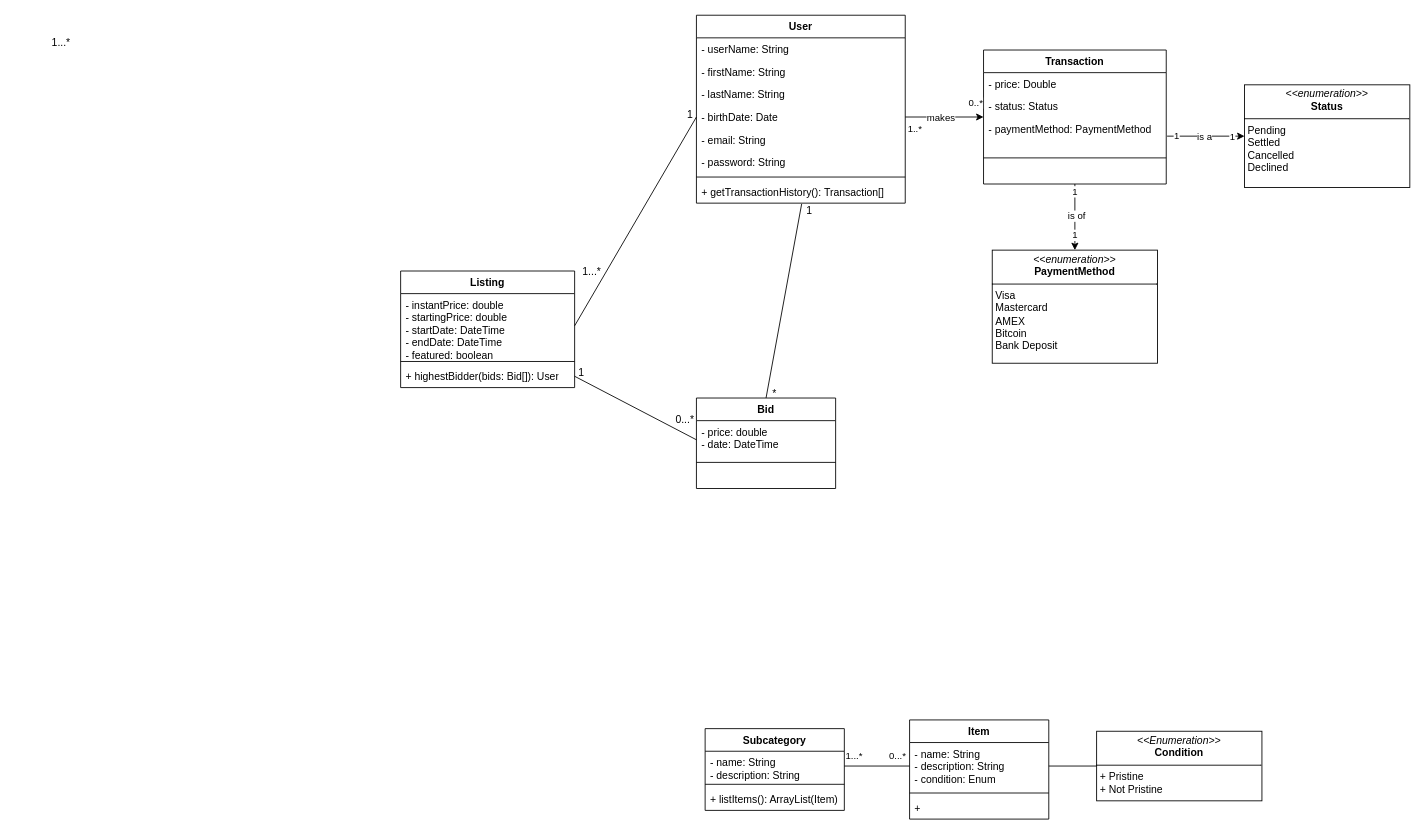
This is page "Page-1" (1 of 2) of Workshop4.drawio from antonykimuom/SWEN30006-2025-SM1-workshop1-tuew05-14-00-team-12, a draw.io file, before an edit. Source tidied: cells renumbered, new cells numbered last; positions are measured from the earlier drawing's top-left corner, leaving out a move shared by most shapes. Both pictures are drawn from the tidied source at 87%, with x=0, y=0 at pixel (35, 15).
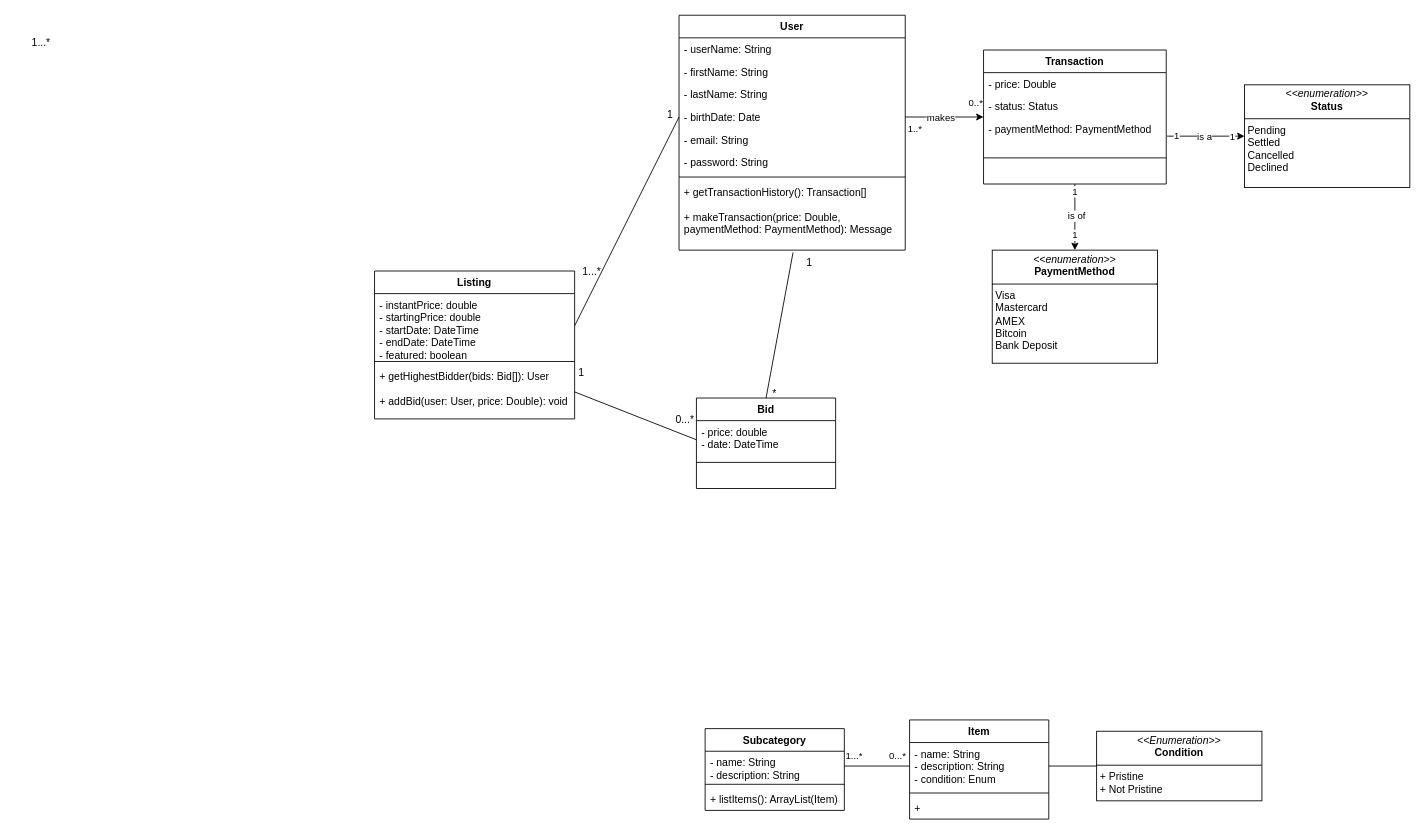
The same diagram, later.

What changed in the source:
```diff
@@
     <mxCell id="2" value="User" style="swimlane;fontStyle=1;align=center;verticalAlign=top;horizontal=1;startSize=26;whiteSpace=wrap;html=1;" parent="1" vertex="1">
-      <mxGeometry x="760" width="240" height="216" as="geometry" />
+      <mxGeometry x="740" width="260" height="270" as="geometry" />
     </mxCell>
     <mxCell id="3" value="- userName: String&lt;span style=&quot;background-color: transparent; color: light-dark(rgb(0, 0, 0), rgb(255, 255, 255));&quot;&gt;&amp;nbsp;&lt;/span&gt;" style="text;strokeColor=none;fillColor=none;align=left;verticalAlign=top;spacingLeft=4;spacingRight=4;overflow=hidden;whiteSpace=wrap;html=1;" parent="2" vertex="1">
-      <mxGeometry y="26" width="240" height="26" as="geometry" />
+      <mxGeometry y="26" width="260" height="26" as="geometry" />
     </mxCell>
     <mxCell id="4" value="- firstName: String" style="text;strokeColor=none;fillColor=none;align=left;verticalAlign=top;spacingLeft=4;spacingRight=4;overflow=hidden;whiteSpace=wrap;html=1;" parent="2" vertex="1">
-      <mxGeometry y="52" width="240" height="26" as="geometry" />
+      <mxGeometry y="52" width="260" height="26" as="geometry" />
     </mxCell>
     <mxCell id="5" value="- lastName: String" style="text;strokeColor=none;fillColor=none;align=left;verticalAlign=top;spacingLeft=4;spacingRight=4;overflow=hidden;whiteSpace=wrap;html=1;" parent="2" vertex="1">
-      <mxGeometry y="78" width="240" height="26" as="geometry" />
+      <mxGeometry y="78" width="260" height="26" as="geometry" />
     </mxCell>
     <mxCell id="6" value="- birthDate: Date" style="text;strokeColor=none;fillColor=none;align=left;verticalAlign=top;spacingLeft=4;spacingRight=4;overflow=hidden;points=[[0,0.5],[1,0.5]];portConstraint=eastwest;whiteSpace=wrap;html=1;" parent="2" vertex="1">
-      <mxGeometry y="104" width="240" height="26" as="geometry" />
+      <mxGeometry y="104" width="260" height="26" as="geometry" />
     </mxCell>
     <mxCell id="7" value="- email: String" style="text;strokeColor=none;fillColor=none;align=left;verticalAlign=top;spacingLeft=4;spacingRight=4;overflow=hidden;whiteSpace=wrap;html=1;" parent="2" vertex="1">
-      <mxGeometry y="130" width="240" height="26" as="geometry" />
+      <mxGeometry y="130" width="260" height="26" as="geometry" />
     </mxCell>
     <mxCell id="8" value="- password: String" style="text;strokeColor=none;fillColor=none;align=left;verticalAlign=top;spacingLeft=4;spacingRight=4;overflow=hidden;whiteSpace=wrap;html=1;" parent="2" vertex="1">
-      <mxGeometry y="156" width="240" height="26" as="geometry" />
+      <mxGeometry y="156" width="260" height="26" as="geometry" />
     </mxCell>
     <mxCell id="9" style="line;strokeWidth=1;fillColor=none;align=left;verticalAlign=middle;spacingTop=-1;spacingLeft=3;spacingRight=3;labelPosition=right;strokeColor=inherit;" parent="2" vertex="1">
-      <mxGeometry y="182" width="240" height="8" as="geometry" />
+      <mxGeometry y="182" width="260" height="8" as="geometry" />
     </mxCell>
-    <mxCell id="10" value="+ getTransactionHistory(): Transaction[]" style="text;strokeColor=none;fillColor=none;align=left;verticalAlign=top;spacingLeft=4;spacingRight=4;overflow=hidden;points=[[0,0.5],[1,0.5]];portConstraint=eastwest;whiteSpace=wrap;html=1;" parent="2" vertex="1">
-      <mxGeometry y="190" width="240" height="26" as="geometry" />
+    <mxCell id="10" value="+ getTransactionHistory(): Transaction[]&lt;div&gt;&lt;br&gt;&lt;/div&gt;&lt;div&gt;+ makeTransaction(price: Double, paymentMethod: PaymentMethod): Message&lt;/div&gt;" style="text;strokeColor=none;fillColor=none;align=left;verticalAlign=top;spacingLeft=4;spacingRight=4;overflow=hidden;points=[[0,0.5],[1,0.5]];portConstraint=eastwest;whiteSpace=wrap;html=1;" parent="2" vertex="1">
+      <mxGeometry y="190" width="260" height="80" as="geometry" />
     </mxCell>
     <mxCell id="11" value="Listing" style="swimlane;fontStyle=1;align=center;verticalAlign=top;horizontal=1;startSize=26;whiteSpace=wrap;html=1;" parent="1" vertex="1">
-      <mxGeometry x="420" y="294" width="200" height="134" as="geometry" />
+      <mxGeometry x="390" y="294" width="230" height="170" as="geometry" />
     </mxCell>
     <mxCell id="12" value="- instantPrice: double&lt;div&gt;- startingPrice: double&lt;/div&gt;&lt;div&gt;- startDate: DateTime&lt;/div&gt;&lt;div&gt;- endDate: DateTime&lt;/div&gt;&lt;div&gt;- featured: boolean&lt;/div&gt;" style="text;strokeColor=none;fillColor=none;align=left;verticalAlign=top;spacingLeft=4;spacingRight=4;overflow=hidden;points=[[0,0.5],[1,0.5]];portConstraint=eastwest;whiteSpace=wrap;html=1;" parent="11" vertex="1">
-      <mxGeometry y="26" width="200" height="74" as="geometry" />
+      <mxGeometry y="26" width="230" height="74" as="geometry" />
     </mxCell>
     <mxCell id="13" style="line;strokeWidth=1;fillColor=none;align=left;verticalAlign=middle;spacingTop=-1;spacingLeft=3;spacingRight=3;labelPosition=right;strokeColor=inherit;" parent="11" vertex="1">
-      <mxGeometry y="100" width="200" height="8" as="geometry" />
+      <mxGeometry y="100" width="230" height="8" as="geometry" />
     </mxCell>
-    <mxCell id="14" value="+ highestBidder(bids: Bid[]): User" style="text;strokeColor=none;fillColor=none;align=left;verticalAlign=top;spacingLeft=4;spacingRight=4;overflow=hidden;points=[[0,0.5],[1,0.5]];portConstraint=eastwest;whiteSpace=wrap;html=1;" parent="11" vertex="1">
-      <mxGeometry y="108" width="200" height="26" as="geometry" />
+    <mxCell id="14" value="+ getHighestBidder(bids: Bid[]): User&lt;div&gt;&lt;br&gt;&lt;/div&gt;&lt;div&gt;+ addBid(user: User, price: Double): void&lt;/div&gt;" style="text;strokeColor=none;fillColor=none;align=left;verticalAlign=top;spacingLeft=4;spacingRight=4;overflow=hidden;points=[[0,0.5],[1,0.5]];portConstraint=eastwest;whiteSpace=wrap;html=1;" parent="11" vertex="1">
+      <mxGeometry y="108" width="230" height="62" as="geometry" />
     </mxCell>
@@
     <mxCell id="56" style="group;" parent="1" vertex="1">
-      <mxGeometry x="610" y="100" width="173" height="147" as="geometry" />
+      <mxGeometry x="587" y="100" width="173" height="147" as="geometry" />
     </mxCell>
@@
     <mxCell id="62" value="1" style="text;html=1;align=center;verticalAlign=middle;whiteSpace=wrap;rounded=0;" parent="1" vertex="1">
-      <mxGeometry x="860" y="210" width="60" height="30" as="geometry" />
+      <mxGeometry x="860" y="270" width="60" height="30" as="geometry" />
     </mxCell>
```
